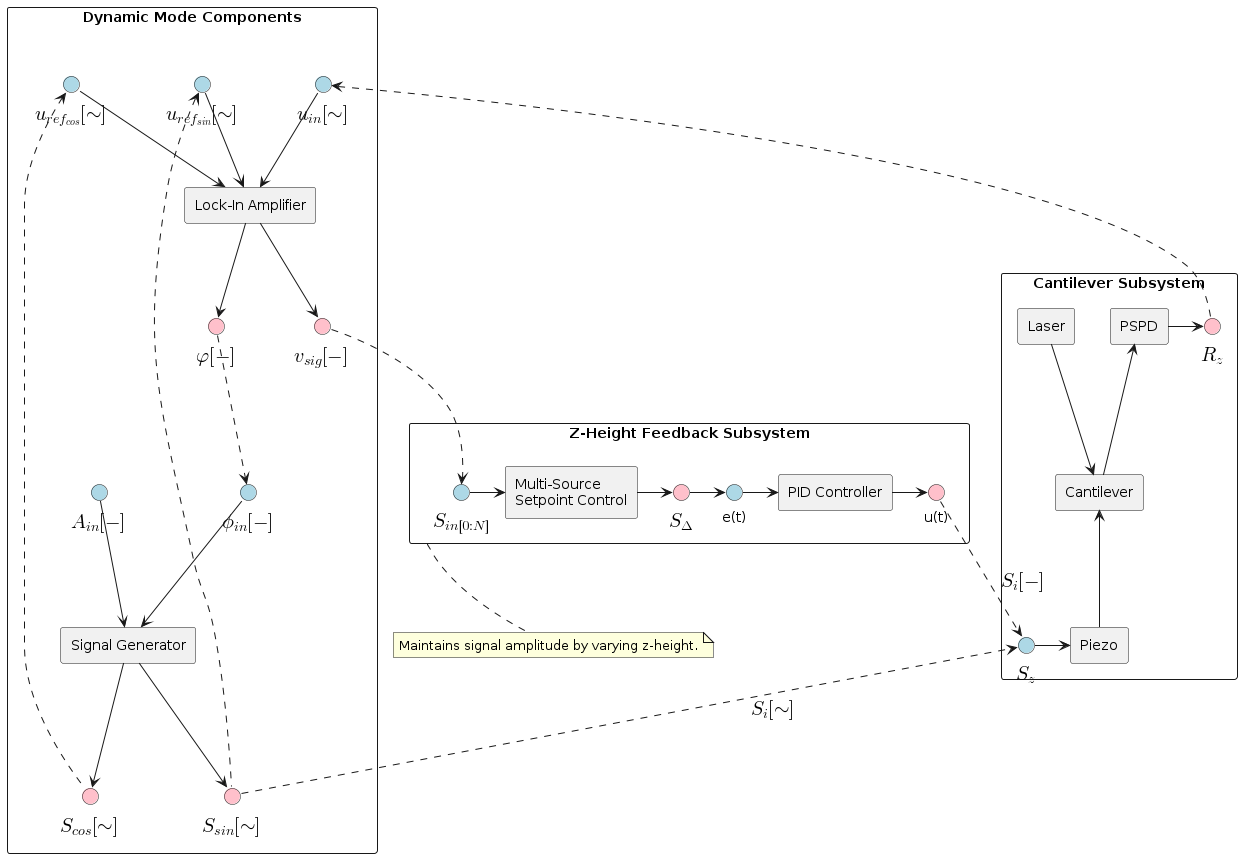
Above: afm_spm_components/images/am-afm.png in nsulmol/documentation (PlantUML), before the change.
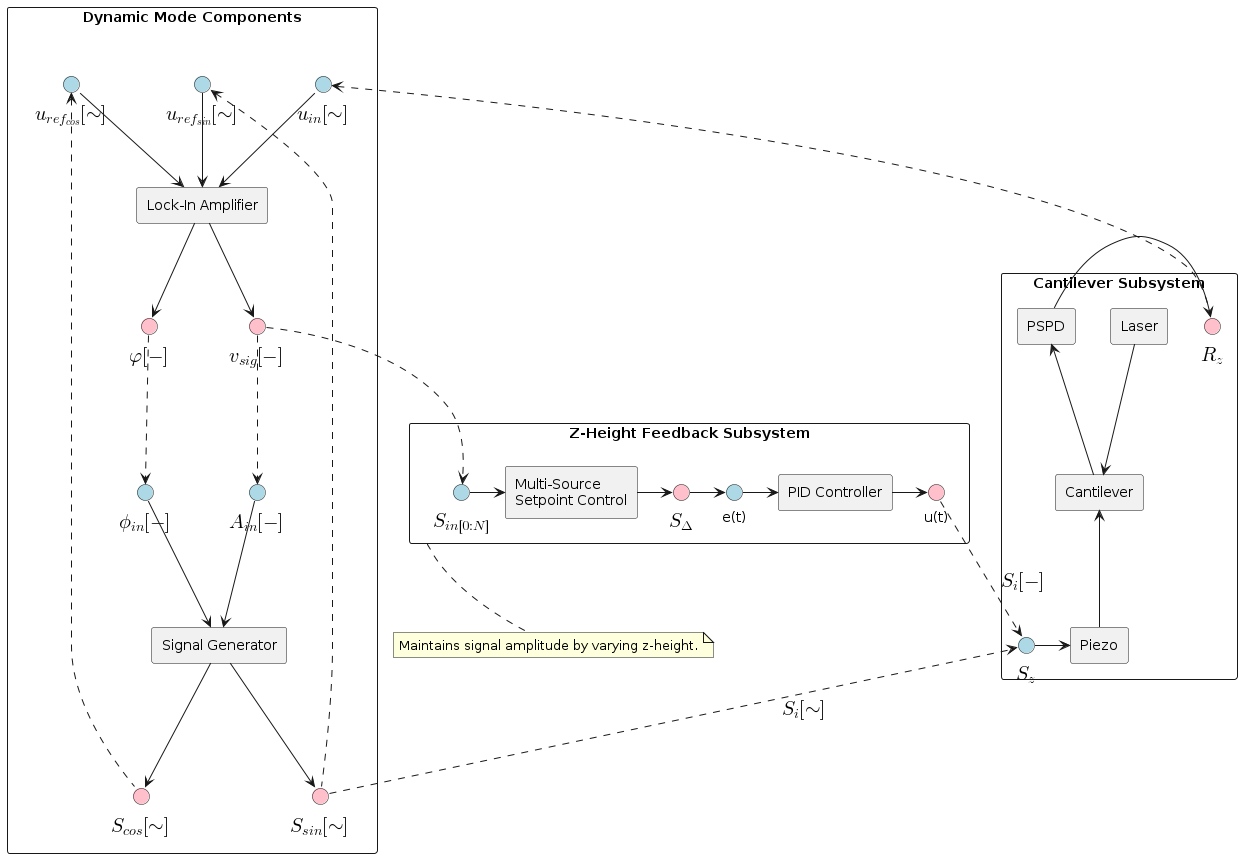
The same diagram one commit later.

What changed in the source:
```diff
@@ -17,5 +17,6 @@
 li_amp_out ..> sm_s_in
 pi_u_t_out ..> cs_piezo_in: "<latex>S_i[-]</latex>"
 
+li_amp_out ..> sg_amp_in
 li_phase_out ..> sg_phase_in
 @enduml
```
